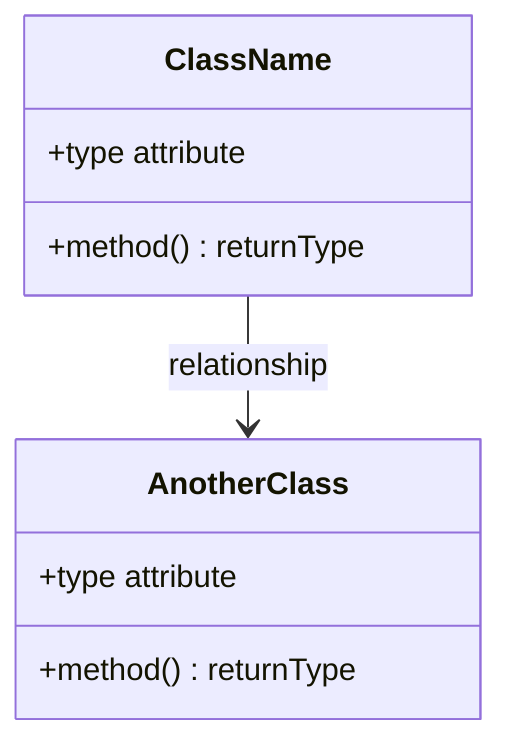
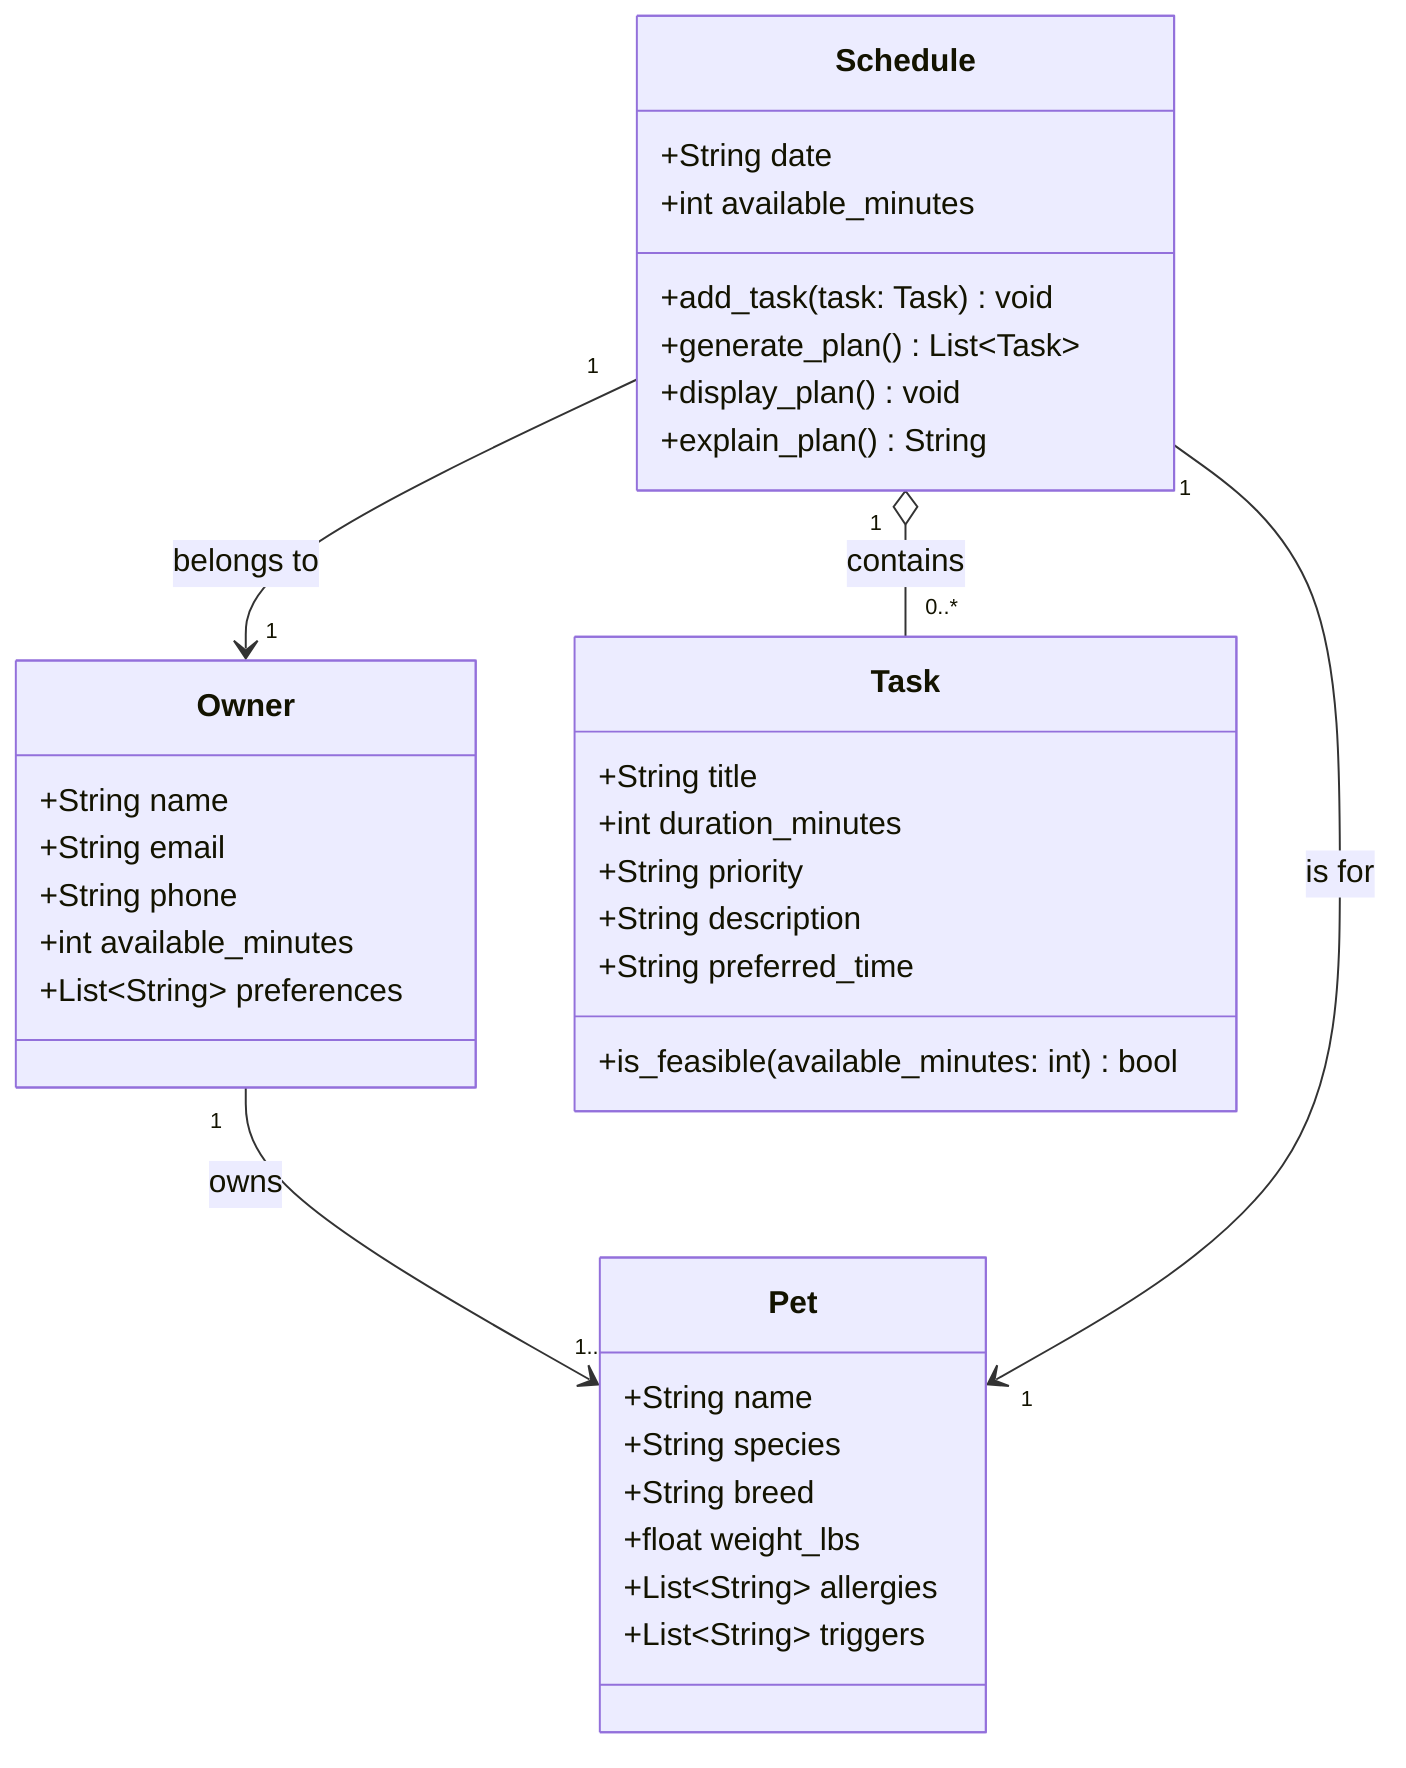
+ ```mermaid
classDiagram
-     %% Replace the placeholders below with your actual classes, attributes, methods, and relationships.
-     %% Keep this file updated so it matches your final implementation.
- 
-     class ClassName {
-         +type attribute
-         +method() returnType
+     class Owner {
+         +String name
+         +String email
+         +String phone
+         +int available_minutes
+         +List~String~ preferences
    }

-     class AnotherClass {
-         +type attribute
-         +method() returnType
+     class Pet {
+         +String name
+         +String species
+         +String breed
+         +float weight_lbs
+         +List~String~ allergies
+         +List~String~ triggers
    }

-     ClassName --> AnotherClass : relationship
+     class Task {
+         +String title
+         +int duration_minutes
+         +String priority
+         +String description
+         +String preferred_time
+         +is_feasible(available_minutes: int) bool
+     }
+ 
+     class Schedule {
+         +String date
+         +int available_minutes
+         +add_task(task: Task) void
+         +generate_plan() List~Task~
+         +display_plan() void
+         +explain_plan() String
+     }
+ 
+     Owner "1" --> "1..*" Pet : owns
+     Schedule "1" --> "1" Pet : is for
+     Schedule "1" --> "1" Owner : belongs to
+     Schedule "1" o-- "0..*" Task : contains
+ ```
